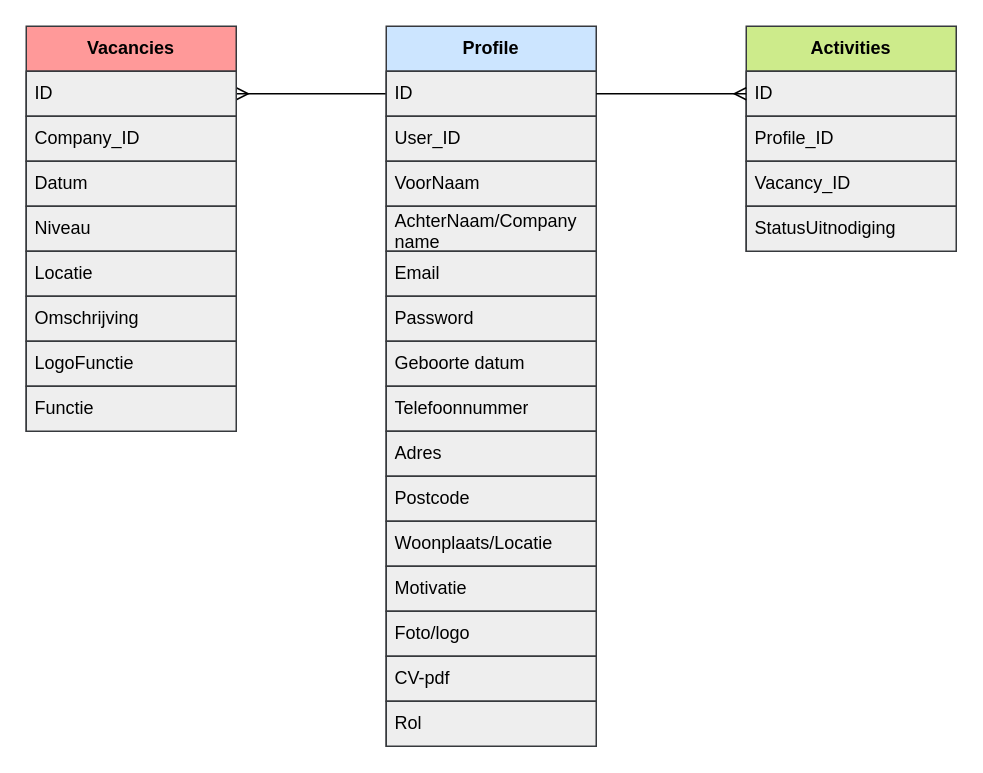
Earlier version of the draw.io diagram documents/erd/VAC-ERD-Uitgewerkt-gegevensmodel-AS-v1.drawio (AaronSaya/educom-symfony-1690191754). Source tidied: cells renumbered, new cells numbered last; positions are measured from the earlier drawing's top-left corner, leaving out a move shared by most shapes. Both pictures are drawn from the tidied source at 150%, with x=0, y=0 at pixel (26, 26).
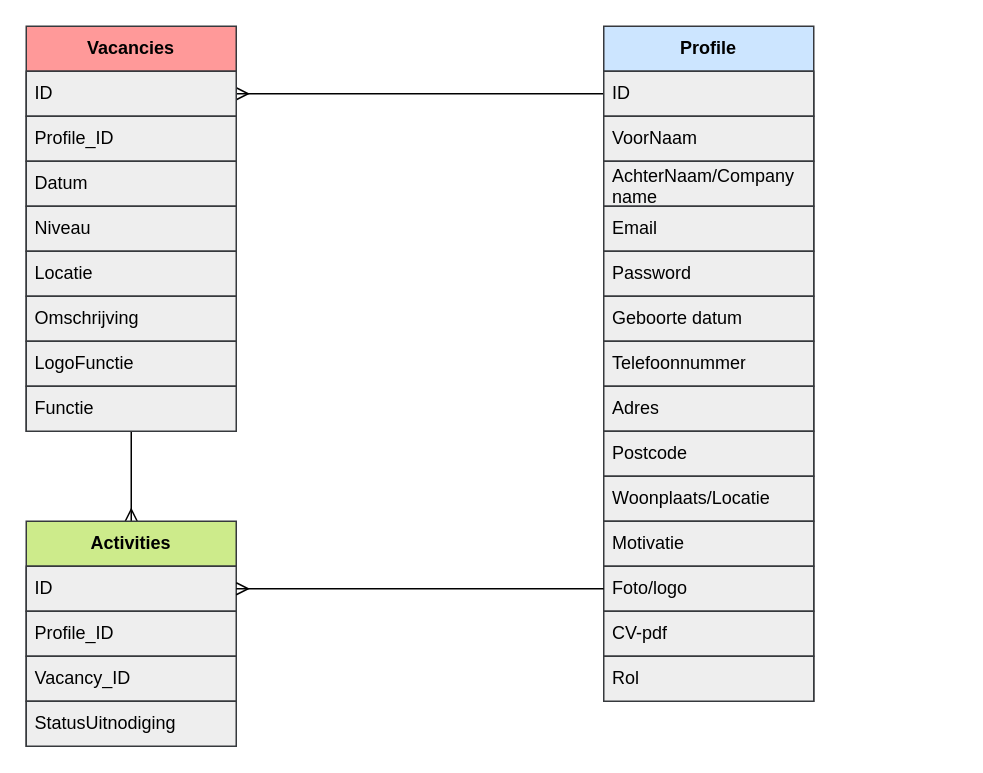
The same diagram, later.

Unchanged cells that the change refers to:
```xml
<mxCell id="4" value="ID" style="text;strokeColor=#36393d;fillColor=#eeeeee;align=left;verticalAlign=middle;spacingLeft=4;spacingRight=4;overflow=hidden;points=[[0,0.5],[1,0.5]];portConstraint=eastwest;whiteSpace=wrap;html=1;rounded=0;labelBackgroundColor=none;labelBorderColor=none;fontColor=#000000;" parent="3" vertex="1">
  <mxGeometry y="30" width="140" height="30" as="geometry" />
</mxCell>
<mxCell id="19" value="Vacancies" style="swimlane;fontStyle=1;horizontal=1;startSize=30;whiteSpace=wrap;html=1;rounded=0;labelBackgroundColor=none;labelBorderColor=none;fillColor=#FF9999;strokeColor=#36393d;fontColor=#000000;" parent="1" vertex="1">
  <mxGeometry width="140" height="270" as="geometry" />
</mxCell>
<mxCell id="29" value="ID" style="text;strokeColor=#36393d;fillColor=#eeeeee;align=left;verticalAlign=middle;spacingLeft=4;spacingRight=4;overflow=hidden;points=[[0,0.5],[1,0.5]];portConstraint=eastwest;whiteSpace=wrap;html=1;rounded=0;labelBackgroundColor=none;labelBorderColor=none;fontColor=#000000;" parent="28" vertex="1">
  <mxGeometry y="30" width="140" height="30" as="geometry" />
</mxCell>
```

The edit, as a diff of the source:
```diff
@@
     <mxCell id="3" value="Profile" style="swimlane;fontStyle=1;horizontal=1;startSize=30;whiteSpace=wrap;html=1;rounded=0;labelBackgroundColor=none;labelBorderColor=none;fillColor=#cce5ff;strokeColor=#36393d;fontColor=#000000;" parent="1" vertex="1">
-      <mxGeometry x="240" width="140" height="480" as="geometry" />
+      <mxGeometry x="385" width="140" height="450" as="geometry" />
     </mxCell>
@@
-    <mxCell id="5" value="User_ID" style="text;strokeColor=#36393d;fillColor=#eeeeee;align=left;verticalAlign=middle;spacingLeft=4;spacingRight=4;overflow=hidden;whiteSpace=wrap;html=1;rounded=0;labelBackgroundColor=none;labelBorderColor=none;fontColor=#000000;" parent="3" vertex="1">
-      <mxGeometry y="60" width="140" height="30" as="geometry" />
-    </mxCell>
     <mxCell id="6" value="VoorNaam" style="text;strokeColor=#36393d;fillColor=#eeeeee;align=left;verticalAlign=middle;spacingLeft=4;spacingRight=4;overflow=hidden;whiteSpace=wrap;html=1;rounded=0;labelBackgroundColor=none;labelBorderColor=none;fontColor=#000000;" parent="3" vertex="1">
-      <mxGeometry y="90" width="140" height="30" as="geometry" />
+      <mxGeometry y="60" width="140" height="30" as="geometry" />
     </mxCell>
     <mxCell id="7" value="AchterNaam/Company name" style="text;strokeColor=#36393d;fillColor=#eeeeee;align=left;verticalAlign=middle;spacingLeft=4;spacingRight=4;overflow=hidden;whiteSpace=wrap;html=1;rounded=0;labelBackgroundColor=none;labelBorderColor=none;fontColor=#000000;" parent="3" vertex="1">
-      <mxGeometry y="120" width="140" height="30" as="geometry" />
+      <mxGeometry y="90" width="140" height="30" as="geometry" />
     </mxCell>
     <mxCell id="8" value="Email" style="text;strokeColor=#36393d;fillColor=#eeeeee;align=left;verticalAlign=middle;spacingLeft=4;spacingRight=4;overflow=hidden;whiteSpace=wrap;html=1;rounded=0;labelBackgroundColor=none;labelBorderColor=none;fontColor=#000000;" parent="3" vertex="1">
-      <mxGeometry y="150" width="140" height="30" as="geometry" />
+      <mxGeometry y="120" width="140" height="30" as="geometry" />
     </mxCell>
     <mxCell id="9" value="Password" style="text;strokeColor=#36393d;fillColor=#eeeeee;align=left;verticalAlign=middle;spacingLeft=4;spacingRight=4;overflow=hidden;whiteSpace=wrap;html=1;rounded=0;labelBackgroundColor=none;labelBorderColor=none;fontColor=#000000;" parent="3" vertex="1">
-      <mxGeometry y="180" width="140" height="30" as="geometry" />
+      <mxGeometry y="150" width="140" height="30" as="geometry" />
     </mxCell>
     <mxCell id="10" value="Geboorte datum" style="text;strokeColor=#36393d;fillColor=#eeeeee;align=left;verticalAlign=middle;spacingLeft=4;spacingRight=4;overflow=hidden;whiteSpace=wrap;html=1;rounded=0;labelBackgroundColor=none;labelBorderColor=none;fontColor=#000000;" parent="3" vertex="1">
-      <mxGeometry y="210" width="140" height="30" as="geometry" />
+      <mxGeometry y="180" width="140" height="30" as="geometry" />
     </mxCell>
     <mxCell id="11" value="Telefoonnummer" style="text;strokeColor=#36393d;fillColor=#eeeeee;align=left;verticalAlign=middle;spacingLeft=4;spacingRight=4;overflow=hidden;whiteSpace=wrap;html=1;rounded=0;labelBackgroundColor=none;labelBorderColor=none;fontColor=#000000;" parent="3" vertex="1">
-      <mxGeometry y="240" width="140" height="30" as="geometry" />
+      <mxGeometry y="210" width="140" height="30" as="geometry" />
     </mxCell>
     <mxCell id="12" value="Adres" style="text;strokeColor=#36393d;fillColor=#eeeeee;align=left;verticalAlign=middle;spacingLeft=4;spacingRight=4;overflow=hidden;whiteSpace=wrap;html=1;rounded=0;labelBackgroundColor=none;labelBorderColor=none;fontColor=#000000;" parent="3" vertex="1">
-      <mxGeometry y="270" width="140" height="30" as="geometry" />
+      <mxGeometry y="240" width="140" height="30" as="geometry" />
     </mxCell>
     <mxCell id="13" value="Postcode" style="text;strokeColor=#36393d;fillColor=#eeeeee;align=left;verticalAlign=middle;spacingLeft=4;spacingRight=4;overflow=hidden;whiteSpace=wrap;html=1;rounded=0;labelBackgroundColor=none;labelBorderColor=none;fontColor=#000000;" parent="3" vertex="1">
-      <mxGeometry y="300" width="140" height="30" as="geometry" />
+      <mxGeometry y="270" width="140" height="30" as="geometry" />
     </mxCell>
     <mxCell id="14" value="Woonplaats/Locatie" style="text;strokeColor=#36393d;fillColor=#eeeeee;align=left;verticalAlign=middle;spacingLeft=4;spacingRight=4;overflow=hidden;whiteSpace=wrap;html=1;rounded=0;labelBackgroundColor=none;labelBorderColor=none;fontColor=#000000;" parent="3" vertex="1">
-      <mxGeometry y="330" width="140" height="30" as="geometry" />
+      <mxGeometry y="300" width="140" height="30" as="geometry" />
     </mxCell>
     <mxCell id="15" value="Motivatie" style="text;strokeColor=#36393d;fillColor=#eeeeee;align=left;verticalAlign=middle;spacingLeft=4;spacingRight=4;overflow=hidden;whiteSpace=wrap;html=1;rounded=0;labelBackgroundColor=none;labelBorderColor=none;fontColor=#000000;" parent="3" vertex="1">
-      <mxGeometry y="360" width="140" height="30" as="geometry" />
+      <mxGeometry y="330" width="140" height="30" as="geometry" />
     </mxCell>
     <mxCell id="16" value="Foto/logo" style="text;strokeColor=#36393d;fillColor=#eeeeee;align=left;verticalAlign=middle;spacingLeft=4;spacingRight=4;overflow=hidden;points=[[0,0.5],[1,0.5]];portConstraint=eastwest;whiteSpace=wrap;html=1;rounded=0;labelBackgroundColor=none;labelBorderColor=none;fontColor=#000000;" parent="3" vertex="1">
-      <mxGeometry y="390" width="140" height="30" as="geometry" />
+      <mxGeometry y="360" width="140" height="30" as="geometry" />
     </mxCell>
     <mxCell id="17" value="CV-pdf" style="text;strokeColor=#36393d;fillColor=#eeeeee;align=left;verticalAlign=middle;spacingLeft=4;spacingRight=4;overflow=hidden;whiteSpace=wrap;html=1;rounded=0;labelBackgroundColor=none;labelBorderColor=none;fontColor=#000000;" parent="3" vertex="1">
-      <mxGeometry y="420" width="140" height="30" as="geometry" />
+      <mxGeometry y="390" width="140" height="30" as="geometry" />
     </mxCell>
     <mxCell id="18" value="Rol" style="text;strokeColor=#36393d;fillColor=#eeeeee;align=left;verticalAlign=middle;spacingLeft=4;spacingRight=4;overflow=hidden;whiteSpace=wrap;html=1;rounded=0;labelBackgroundColor=none;labelBorderColor=none;fontColor=#000000;" parent="3" vertex="1">
-      <mxGeometry y="450" width="140" height="30" as="geometry" />
+      <mxGeometry y="420" width="140" height="30" as="geometry" />
     </mxCell>
+    <mxCell id="34" style="edgeStyle=none;html=1;entryX=0.5;entryY=0;entryDx=0;entryDy=0;strokeColor=#000000;endArrow=ERmany;endFill=0;" parent="1" edge="1" source="19" target="28">
+      <mxGeometry relative="1" as="geometry" />
+    </mxCell>
@@
-    <mxCell id="21" value="Company_ID" style="text;strokeColor=#36393d;fillColor=#eeeeee;align=left;verticalAlign=middle;spacingLeft=4;spacingRight=4;overflow=hidden;whiteSpace=wrap;html=1;rounded=0;labelBackgroundColor=none;labelBorderColor=none;fontColor=#000000;" parent="19" vertex="1">
+    <mxCell id="21" value="Profile_ID" style="text;strokeColor=#36393d;fillColor=#eeeeee;align=left;verticalAlign=middle;spacingLeft=4;spacingRight=4;overflow=hidden;whiteSpace=wrap;html=1;rounded=0;labelBackgroundColor=none;labelBorderColor=none;fontColor=#000000;" parent="19" vertex="1">
       <mxGeometry y="60" width="140" height="30" as="geometry" />
     </mxCell>
@@
     <mxCell id="28" value="Activities" style="swimlane;fontStyle=1;horizontal=1;startSize=30;whiteSpace=wrap;html=1;rounded=0;labelBackgroundColor=none;labelBorderColor=none;fillColor=#cdeb8b;strokeColor=#36393d;fontColor=#000000;" parent="1" vertex="1">
-      <mxGeometry x="480" width="140" height="150" as="geometry" />
+      <mxGeometry y="330" width="140" height="150" as="geometry" />
     </mxCell>
@@
-    <mxCell id="33" style="edgeStyle=none;html=1;strokeColor=#000000;endArrow=ERmany;endFill=0;" parent="1" edge="1" source="4" target="29">
+    <mxCell id="33" style="edgeStyle=none;html=1;strokeColor=#000000;endArrow=ERmany;endFill=0;exitX=0;exitY=0.5;exitDx=0;exitDy=0;entryX=1;entryY=0.5;entryDx=0;entryDy=0;" parent="1" edge="1" source="16" target="29">
       <mxGeometry relative="1" as="geometry" />
     </mxCell>
```
